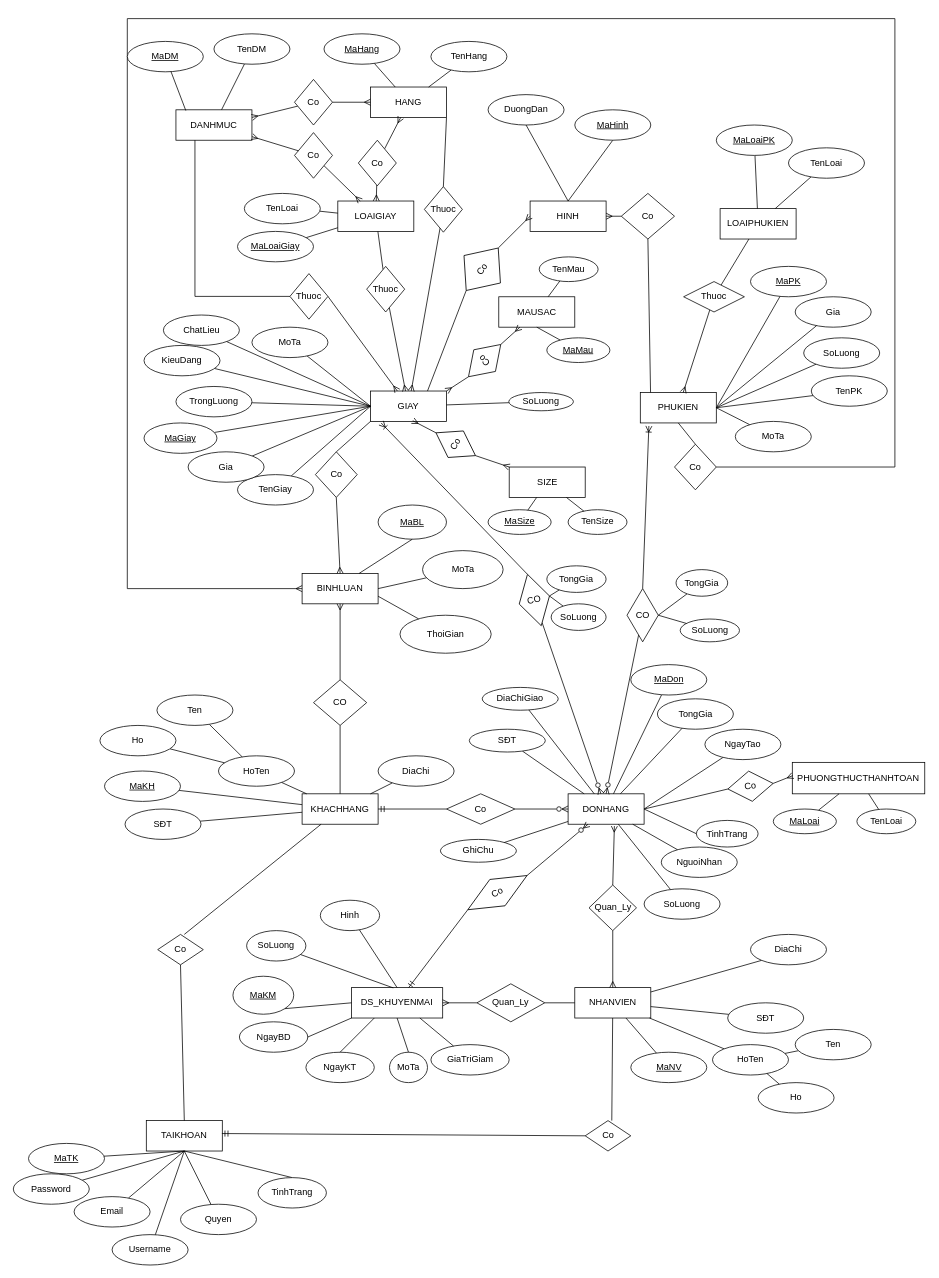
Before: drawio/erdnew.drawio in dangthai121200/document-luan-van-tot-nghiep, a draw.io diagram. Source tidied: cells renumbered, new cells numbered last; positions are measured from the earlier drawing's top-left corner, leaving out a move shared by most shapes. Both pictures are drawn from the tidied source at 76%, with x=0, y=0 at pixel (13, 18).
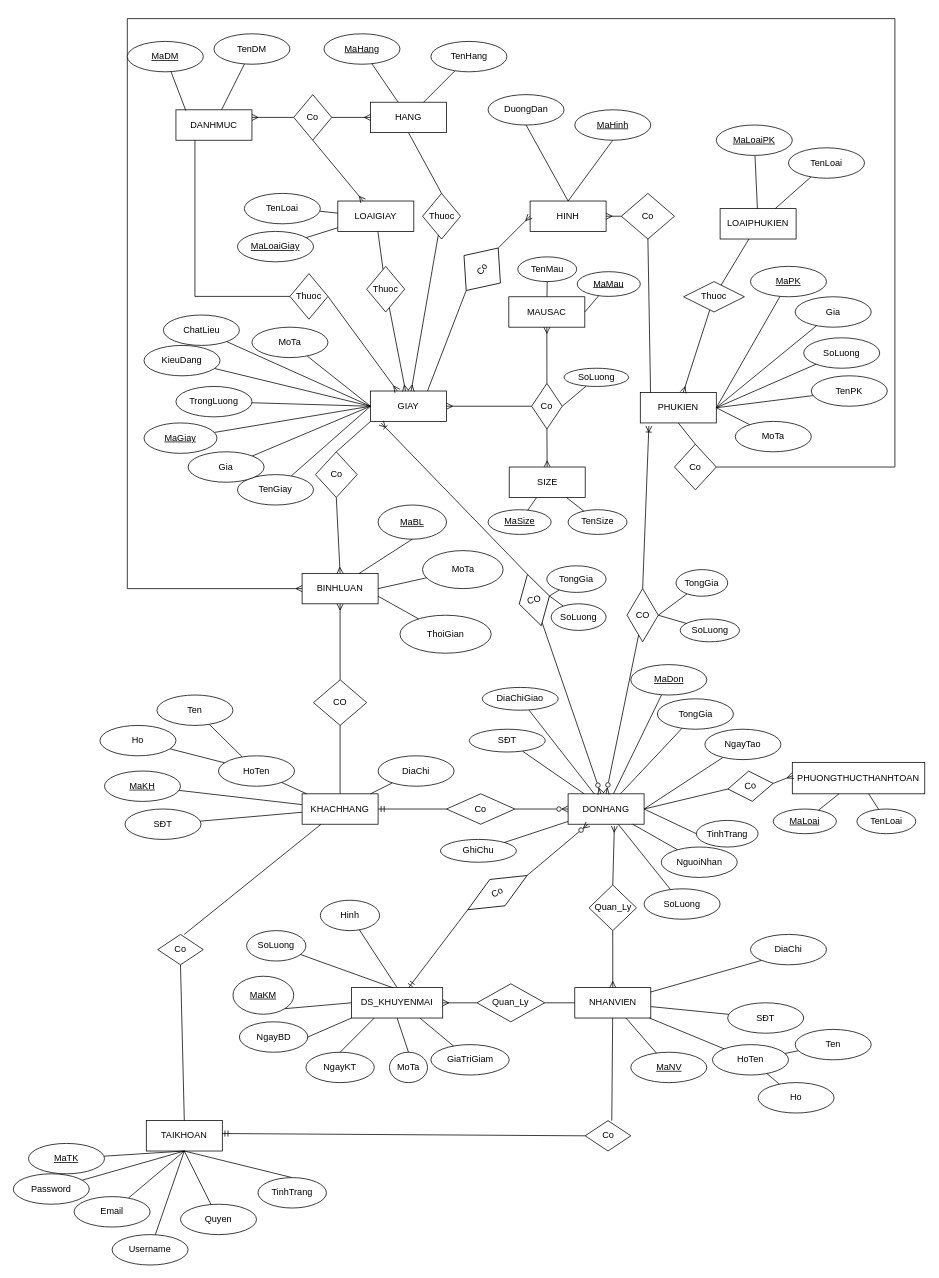
After the change.

Unchanged cells that the change refers to:
```xml
<mxCell id="4" value="LOAIGIAY" style="whiteSpace=wrap;html=1;align=center;" parent="1" vertex="1">
  <mxGeometry x="427" y="240" width="100" height="40" as="geometry" />
</mxCell>
<mxCell id="5" value="GIAY" style="whiteSpace=wrap;html=1;align=center;" parent="1" vertex="1">
  <mxGeometry x="470" y="490" width="100" height="40" as="geometry" />
</mxCell>
<mxCell id="168" value="SIZE" style="whiteSpace=wrap;html=1;align=center;" parent="1" vertex="1">
  <mxGeometry x="652.5" y="590" width="100" height="40" as="geometry" />
</mxCell>
<mxCell id="203" value="DANHMUC" style="whiteSpace=wrap;html=1;align=center;" parent="1" vertex="1">
  <mxGeometry x="214" y="120" width="100" height="40" as="geometry" />
</mxCell>
```

Diff of the diagram source:
```diff
@@
     <mxCell id="2" value="HANG" style="whiteSpace=wrap;html=1;align=center;" parent="1" vertex="1">
-      <mxGeometry x="470" y="90" width="100" height="40" as="geometry" />
+      <mxGeometry x="470" y="110" width="100" height="40" as="geometry" />
     </mxCell>
@@
-    <mxCell id="50" style="edgeStyle=none;rounded=0;jettySize=auto;html=1;endArrow=none;endFill=0;" parent="1" edge="1" source="51" target="5">
+    <mxCell id="50" style="edgeStyle=none;rounded=0;jettySize=auto;html=1;endArrow=none;endFill=0;entryX=1;entryY=0.5;entryDx=0;entryDy=0;" parent="1" edge="1" source="51" target="184">
       <mxGeometry relative="1" as="geometry" />
     </mxCell>
     <mxCell id="51" value="SoLuong" style="ellipse;whiteSpace=wrap;html=1;align=center;" parent="1" vertex="1">
-      <mxGeometry x="652" y="492" width="85" height="24" as="geometry" />
+      <mxGeometry x="724.7" y="460" width="85" height="24" as="geometry" />
     </mxCell>
@@
-    <mxCell id="169" value="Co" style="rhombus;whiteSpace=wrap;html=1;rotation=-60;" parent="1" vertex="1">
-      <mxGeometry x="562" y="530" width="40.3" height="60" as="geometry" />
-    </mxCell>
-    <mxCell id="170" style="endArrow=ERmany;html=1;rounded=0;entryX=0.556;entryY=0.977;entryDx=0;entryDy=0;exitX=0.5;exitY=0;exitDx=0;exitDy=0;endFill=0;entryPerimeter=0;" parent="1" edge="1" source="169" target="5">
-      <mxGeometry relative="1" as="geometry" />
-    </mxCell>
-    <mxCell id="171" style="endArrow=none;html=1;rounded=0;entryX=0.5;entryY=1;entryDx=0;entryDy=0;exitX=0;exitY=0;exitDx=0;exitDy=0;startArrow=ERmany;startFill=0;" parent="1" edge="1" source="168" target="169">
+    <mxCell id="171" style="endArrow=none;html=1;rounded=0;entryX=0.5;entryY=1;entryDx=0;entryDy=0;startArrow=ERmany;startFill=0;" parent="1" edge="1" source="168" target="184">
       <mxGeometry relative="1" as="geometry" />
     </mxCell>
@@
-    <mxCell id="179" style="edgeStyle=none;rounded=0;jettySize=auto;html=1;startArrow=none;startFill=0;endArrow=ERmany;endFill=0;" parent="1" edge="1" source="180" target="2">
-      <mxGeometry relative="1" as="geometry" />
-    </mxCell>
-    <mxCell id="180" value="Co" style="shape=rhombus;perimeter=rhombusPerimeter;whiteSpace=wrap;html=1;align=center;" parent="1" vertex="1">
-      <mxGeometry x="454" y="160" width="50" height="60" as="geometry" />
-    </mxCell>
-    <mxCell id="181" style="edgeStyle=none;rounded=0;jettySize=auto;html=1;startArrow=none;startFill=0;endArrow=ERmany;endFill=0;" parent="1" edge="1" source="180" target="4">
+    <mxCell id="181" style="edgeStyle=none;rounded=0;jettySize=auto;html=1;startArrow=none;startFill=0;endArrow=ERmany;endFill=0;exitX=0.5;exitY=1;exitDx=0;exitDy=0;" parent="1" edge="1" source="218" target="4">
       <mxGeometry relative="1" as="geometry" />
     </mxCell>
     <mxCell id="182" value="MAUSAC" style="whiteSpace=wrap;html=1;align=center;" parent="1" vertex="1">
-      <mxGeometry x="638.8" y="366" width="100" height="40" as="geometry" />
+      <mxGeometry x="652" y="366" width="100" height="40" as="geometry" />
     </mxCell>
-    <mxCell id="183" style="endArrow=ERmany;html=1;rounded=0;exitX=0.5;exitY=0;exitDx=0;exitDy=0;endFill=0;entryX=1;entryY=0;entryDx=0;entryDy=0;startArrow=none;startFill=0;" parent="1" edge="1" source="184" target="5">
+    <mxCell id="183" style="endArrow=ERmany;html=1;rounded=0;exitX=0;exitY=0.5;exitDx=0;exitDy=0;endFill=0;startArrow=none;startFill=0;" parent="1" edge="1" source="184" target="5">
       <mxGeometry relative="1" as="geometry" />
     </mxCell>
-    <mxCell id="184" value="Co" style="rhombus;whiteSpace=wrap;html=1;rotation=-135;" parent="1" vertex="1">
-      <mxGeometry x="600" y="420" width="40.3" height="60" as="geometry" />
+    <mxCell id="184" value="Co" style="rhombus;whiteSpace=wrap;html=1;rotation=0;" parent="1" vertex="1">
+      <mxGeometry x="682" y="480" width="40.3" height="60" as="geometry" />
     </mxCell>
-    <mxCell id="185" style="endArrow=none;html=1;rounded=0;entryX=0.5;entryY=1;entryDx=0;entryDy=0;startArrow=ERmany;startFill=0;" parent="1" edge="1" source="182" target="184">
+    <mxCell id="185" style="endArrow=none;html=1;rounded=0;entryX=0.5;entryY=0;entryDx=0;entryDy=0;startArrow=ERmany;startFill=0;" parent="1" edge="1" source="182" target="184">
       <mxGeometry relative="1" as="geometry" />
     </mxCell>
     <mxCell id="186" value="&lt;u&gt;MaMau&lt;/u&gt;" style="ellipse;whiteSpace=wrap;html=1;align=center;" parent="1" vertex="1">
-      <mxGeometry x="702" y="420" width="83" height="32.5" as="geometry" />
+      <mxGeometry x="742" y="333" width="83" height="32.5" as="geometry" />
     </mxCell>
-    <mxCell id="187" style="edgeStyle=none;rounded=0;jettySize=auto;html=1;endArrow=none;endFill=0;entryX=0.5;entryY=1;entryDx=0;entryDy=0;" parent="1" edge="1" source="186" target="182">
+    <mxCell id="187" style="edgeStyle=none;rounded=0;jettySize=auto;html=1;endArrow=none;endFill=0;entryX=1;entryY=0.5;entryDx=0;entryDy=0;" parent="1" edge="1" source="186" target="182">
       <mxGeometry relative="1" as="geometry" />
     </mxCell>
     <mxCell id="188" value="TenMau" style="ellipse;whiteSpace=wrap;html=1;align=center;" parent="1" vertex="1">
-      <mxGeometry x="692" y="313.5" width="77.5" height="32.5" as="geometry" />
+      <mxGeometry x="663.8" y="313.5" width="77.5" height="32.5" as="geometry" />
     </mxCell>
@@
-    <mxCell id="208" style="edgeStyle=none;rounded=0;jettySize=auto;html=1;startArrow=none;startFill=0;endArrow=ERmany;endFill=0;" parent="1" edge="1" source="209" target="4">
-      <mxGeometry relative="1" as="geometry" />
-    </mxCell>
-    <mxCell id="209" value="Co" style="shape=rhombus;perimeter=rhombusPerimeter;whiteSpace=wrap;html=1;align=center;" parent="1" vertex="1">
-      <mxGeometry x="370" y="150" width="50" height="60" as="geometry" />
-    </mxCell>
-    <mxCell id="210" style="edgeStyle=none;rounded=0;jettySize=auto;html=1;startArrow=none;startFill=0;endArrow=ERmany;endFill=0;" parent="1" edge="1" source="209" target="203">
-      <mxGeometry relative="1" as="geometry" />
-    </mxCell>
@@
     <mxCell id="214" value="Thuoc" style="shape=rhombus;perimeter=rhombusPerimeter;whiteSpace=wrap;html=1;align=center;" parent="1" vertex="1">
-      <mxGeometry x="540.9" y="221" width="50" height="60" as="geometry" />
+      <mxGeometry x="538.5" y="230" width="50" height="60" as="geometry" />
     </mxCell>
-    <mxCell id="215" style="edgeStyle=none;rounded=0;jettySize=auto;html=1;startArrow=none;startFill=0;endArrow=none;endFill=0;entryX=1;entryY=1;entryDx=0;entryDy=0;exitX=0.5;exitY=0;exitDx=0;exitDy=0;" parent="1" edge="1" source="214" target="2">
+    <mxCell id="215" style="edgeStyle=none;rounded=0;jettySize=auto;html=1;startArrow=none;startFill=0;endArrow=none;endFill=0;entryX=0.5;entryY=1;entryDx=0;entryDy=0;exitX=0.5;exitY=0;exitDx=0;exitDy=0;" parent="1" edge="1" source="214" target="2">
       <mxGeometry relative="1" as="geometry" />
     </mxCell>
@@
     <mxCell id="218" value="Co" style="shape=rhombus;perimeter=rhombusPerimeter;whiteSpace=wrap;html=1;align=center;" parent="1" vertex="1">
-      <mxGeometry x="370" y="80" width="50" height="60" as="geometry" />
+      <mxGeometry x="369" y="100" width="50" height="60" as="geometry" />
     </mxCell>
```
